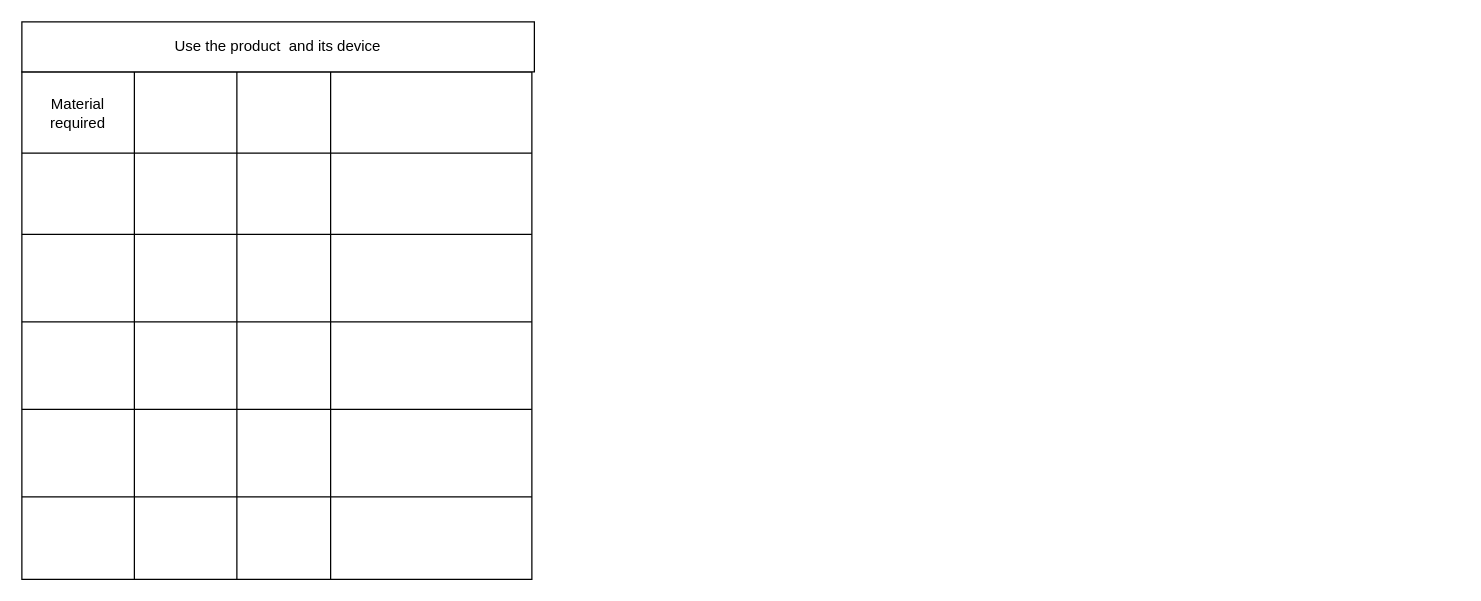
The draw.io diagram Use the product and dvice.drawio in amerezoji1362/drawio-github, before the edit. Source tidied: cells renumbered, new cells numbered last; positions are measured from the earlier drawing's top-left corner, leaving out a move shared by most shapes. Both pictures are drawn from the tidied source at 125%, with x=0, y=0 at pixel (21, 21).
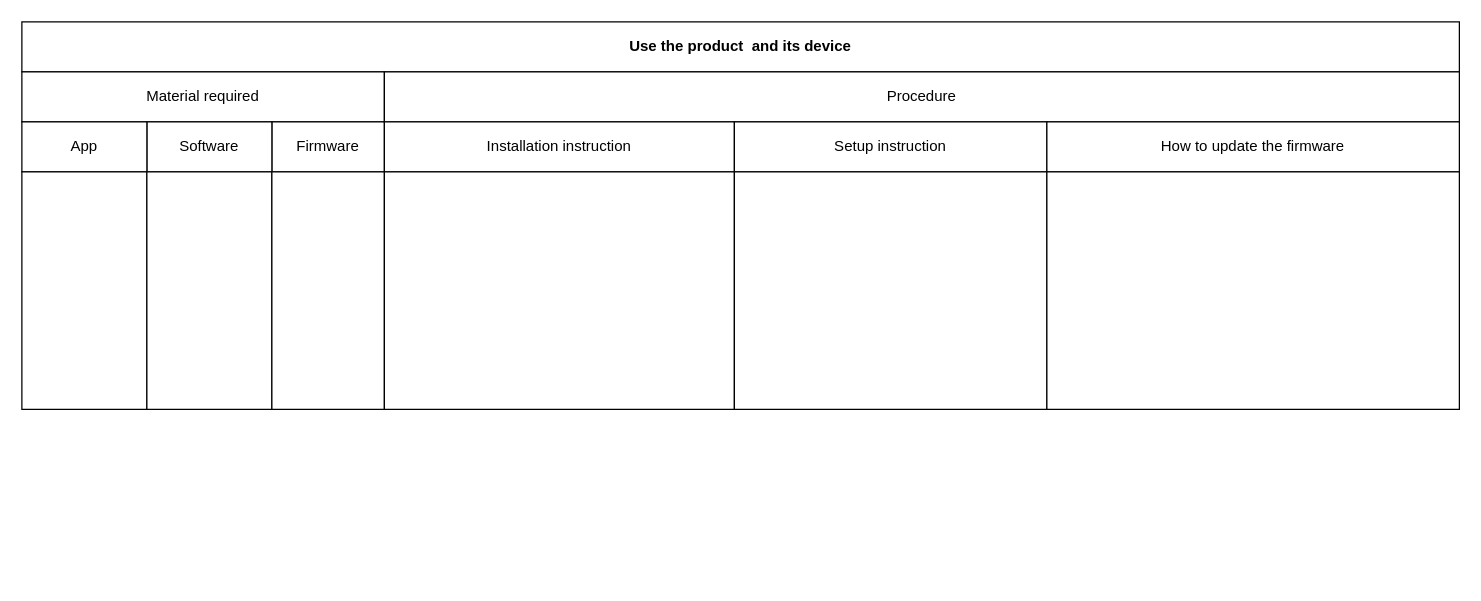
The same page after the edit.

The edit, as a diff of the source:
```diff
@@
-    <mxCell id="2" style="shape=table;startSize=0;childLayout=tableLayout;" parent="1" vertex="1">
-      <mxGeometry y="40" width="408" height="406" as="geometry" />
-    </mxCell>
-    <mxCell id="3" style="shape=partialRectangle;fillColor=none;top=0;left=0;bottom=0;right=0;" parent="2" vertex="1">
-      <mxGeometry width="408" height="65" as="geometry" />
-    </mxCell>
-    <mxCell id="4" value="Material required" style="shape=partialRectangle;html=1;whiteSpace=wrap;overflow=hidden;fillColor=none;top=0;left=0;bottom=0;right=0;" parent="3" vertex="1">
-      <mxGeometry width="90" height="65" as="geometry" />
-    </mxCell>
-    <mxCell id="5" style="shape=partialRectangle;html=1;whiteSpace=wrap;overflow=hidden;fillColor=none;top=0;left=0;bottom=0;right=0;" parent="3" vertex="1">
-      <mxGeometry x="90" width="82" height="65" as="geometry" />
-    </mxCell>
-    <mxCell id="6" style="shape=partialRectangle;html=1;whiteSpace=wrap;overflow=hidden;fillColor=none;top=0;left=0;bottom=0;right=0;" parent="3" vertex="1">
-      <mxGeometry x="172" width="75" height="65" as="geometry" />
-    </mxCell>
-    <mxCell id="7" style="shape=partialRectangle;html=1;whiteSpace=wrap;overflow=hidden;fillColor=none;top=0;left=0;bottom=0;right=0;" parent="3" vertex="1">
-      <mxGeometry x="247" width="161" height="65" as="geometry" />
-    </mxCell>
-    <mxCell id="8" style="shape=partialRectangle;fillColor=none;top=0;left=0;bottom=0;right=0;" parent="2" vertex="1">
-      <mxGeometry y="65" width="408" height="65" as="geometry" />
-    </mxCell>
-    <mxCell id="9" style="shape=partialRectangle;html=1;whiteSpace=wrap;overflow=hidden;fillColor=none;top=0;left=0;bottom=0;right=0;" parent="8" vertex="1">
-      <mxGeometry width="90" height="65" as="geometry" />
-    </mxCell>
-    <mxCell id="10" style="shape=partialRectangle;html=1;whiteSpace=wrap;overflow=hidden;fillColor=none;top=0;left=0;bottom=0;right=0;" parent="8" vertex="1">
-      <mxGeometry x="90" width="82" height="65" as="geometry" />
-    </mxCell>
-    <mxCell id="11" style="shape=partialRectangle;html=1;whiteSpace=wrap;overflow=hidden;fillColor=none;top=0;left=0;bottom=0;right=0;" parent="8" vertex="1">
-      <mxGeometry x="172" width="75" height="65" as="geometry" />
-    </mxCell>
-    <mxCell id="12" style="shape=partialRectangle;html=1;whiteSpace=wrap;overflow=hidden;fillColor=none;top=0;left=0;bottom=0;right=0;" parent="8" vertex="1">
-      <mxGeometry x="247" width="161" height="65" as="geometry" />
-    </mxCell>
-    <mxCell id="13" style="shape=partialRectangle;fillColor=none;top=0;left=0;bottom=0;right=0;" parent="2" vertex="1">
-      <mxGeometry y="130" width="408" height="70" as="geometry" />
-    </mxCell>
-    <mxCell id="14" style="shape=partialRectangle;html=1;whiteSpace=wrap;overflow=hidden;fillColor=none;top=0;left=0;bottom=0;right=0;" parent="13" vertex="1">
-      <mxGeometry width="90" height="70" as="geometry" />
-    </mxCell>
-    <mxCell id="15" style="shape=partialRectangle;html=1;whiteSpace=wrap;overflow=hidden;fillColor=none;top=0;left=0;bottom=0;right=0;" parent="13" vertex="1">
-      <mxGeometry x="90" width="82" height="70" as="geometry" />
-    </mxCell>
-    <mxCell id="16" style="shape=partialRectangle;html=1;whiteSpace=wrap;overflow=hidden;fillColor=none;top=0;left=0;bottom=0;right=0;" parent="13" vertex="1">
-      <mxGeometry x="172" width="75" height="70" as="geometry" />
-    </mxCell>
-    <mxCell id="17" style="shape=partialRectangle;html=1;whiteSpace=wrap;overflow=hidden;fillColor=none;top=0;left=0;bottom=0;right=0;" parent="13" vertex="1">
-      <mxGeometry x="247" width="161" height="70" as="geometry" />
-    </mxCell>
-    <mxCell id="18" style="shape=partialRectangle;fillColor=none;top=0;left=0;bottom=0;right=0;" parent="2" vertex="1">
-      <mxGeometry y="200" width="408" height="70" as="geometry" />
-    </mxCell>
-    <mxCell id="19" style="shape=partialRectangle;html=1;whiteSpace=wrap;overflow=hidden;fillColor=none;top=0;left=0;bottom=0;right=0;" parent="18" vertex="1">
-      <mxGeometry width="90" height="70" as="geometry" />
-    </mxCell>
-    <mxCell id="20" style="shape=partialRectangle;html=1;whiteSpace=wrap;overflow=hidden;fillColor=none;top=0;left=0;bottom=0;right=0;" parent="18" vertex="1">
-      <mxGeometry x="90" width="82" height="70" as="geometry" />
-    </mxCell>
-    <mxCell id="21" style="shape=partialRectangle;html=1;whiteSpace=wrap;overflow=hidden;fillColor=none;top=0;left=0;bottom=0;right=0;" parent="18" vertex="1">
-      <mxGeometry x="172" width="75" height="70" as="geometry" />
-    </mxCell>
-    <mxCell id="22" style="shape=partialRectangle;html=1;whiteSpace=wrap;overflow=hidden;fillColor=none;top=0;left=0;bottom=0;right=0;" parent="18" vertex="1">
-      <mxGeometry x="247" width="161" height="70" as="geometry" />
-    </mxCell>
-    <mxCell id="23" style="shape=partialRectangle;fillColor=none;top=0;left=0;bottom=0;right=0;" parent="2" vertex="1">
-      <mxGeometry y="270" width="408" height="70" as="geometry" />
-    </mxCell>
-    <mxCell id="24" style="shape=partialRectangle;html=1;whiteSpace=wrap;overflow=hidden;fillColor=none;top=0;left=0;bottom=0;right=0;" parent="23" vertex="1">
-      <mxGeometry width="90" height="70" as="geometry" />
-    </mxCell>
-    <mxCell id="25" style="shape=partialRectangle;html=1;whiteSpace=wrap;overflow=hidden;fillColor=none;top=0;left=0;bottom=0;right=0;" parent="23" vertex="1">
-      <mxGeometry x="90" width="82" height="70" as="geometry" />
-    </mxCell>
-    <mxCell id="26" style="shape=partialRectangle;html=1;whiteSpace=wrap;overflow=hidden;fillColor=none;top=0;left=0;bottom=0;right=0;" parent="23" vertex="1">
-      <mxGeometry x="172" width="75" height="70" as="geometry" />
-    </mxCell>
-    <mxCell id="27" style="shape=partialRectangle;html=1;whiteSpace=wrap;overflow=hidden;fillColor=none;top=0;left=0;bottom=0;right=0;" parent="23" vertex="1">
-      <mxGeometry x="247" width="161" height="70" as="geometry" />
-    </mxCell>
-    <mxCell id="28" style="shape=partialRectangle;fillColor=none;top=0;left=0;bottom=0;right=0;" parent="2" vertex="1">
-      <mxGeometry y="340" width="408" height="66" as="geometry" />
-    </mxCell>
-    <mxCell id="29" style="shape=partialRectangle;html=1;whiteSpace=wrap;overflow=hidden;fillColor=none;top=0;left=0;bottom=0;right=0;" parent="28" vertex="1">
-      <mxGeometry width="90" height="66" as="geometry" />
-    </mxCell>
-    <mxCell id="30" style="shape=partialRectangle;html=1;whiteSpace=wrap;overflow=hidden;fillColor=none;top=0;left=0;bottom=0;right=0;" parent="28" vertex="1">
-      <mxGeometry x="90" width="82" height="66" as="geometry" />
-    </mxCell>
-    <mxCell id="31" style="shape=partialRectangle;html=1;whiteSpace=wrap;overflow=hidden;fillColor=none;top=0;left=0;bottom=0;right=0;" parent="28" vertex="1">
-      <mxGeometry x="172" width="75" height="66" as="geometry" />
-    </mxCell>
-    <mxCell id="32" style="shape=partialRectangle;html=1;whiteSpace=wrap;overflow=hidden;fillColor=none;top=0;left=0;bottom=0;right=0;" parent="28" vertex="1">
-      <mxGeometry x="247" width="161" height="66" as="geometry" />
-    </mxCell>
     <mxCell id="33" style="shape=table;startSize=0;childLayout=tableLayout;" parent="1" vertex="1">
-      <mxGeometry width="410" height="40" as="geometry" />
+      <mxGeometry width="1150" height="40" as="geometry" />
     </mxCell>
     <mxCell id="34" style="shape=partialRectangle;fillColor=none;top=0;left=0;bottom=0;right=0;" parent="33" vertex="1">
-      <mxGeometry width="410" height="40" as="geometry" />
+      <mxGeometry width="1150" height="40" as="geometry" />
     </mxCell>
-    <mxCell id="35" value="Use the product&amp;nbsp; and its device" style="shape=partialRectangle;html=1;whiteSpace=wrap;overflow=hidden;fillColor=none;top=0;left=0;bottom=0;right=0;" parent="34" vertex="1">
-      <mxGeometry width="410" height="40" as="geometry" />
+    <mxCell id="35" value="&lt;b&gt;Use the product&amp;nbsp; and its device&lt;/b&gt;" style="shape=partialRectangle;html=1;whiteSpace=wrap;overflow=hidden;fillColor=none;top=0;left=0;bottom=0;right=0;" parent="34" vertex="1">
+      <mxGeometry width="1150" height="40" as="geometry" />
     </mxCell>
+    <mxCell id="36" style="shape=table;startSize=0;childLayout=tableLayout;" parent="1" vertex="1">
+      <mxGeometry y="40" width="290" height="40" as="geometry" />
+    </mxCell>
+    <mxCell id="37" style="shape=partialRectangle;fillColor=none;top=0;left=0;bottom=0;right=0;" parent="36" vertex="1">
+      <mxGeometry width="290" height="40" as="geometry" />
+    </mxCell>
+    <mxCell id="4" value="Material required" style="shape=partialRectangle;html=1;whiteSpace=wrap;overflow=hidden;fillColor=none;top=0;left=0;bottom=0;right=0;" parent="37" vertex="1">
+      <mxGeometry width="290" height="40" as="geometry" />
+    </mxCell>
+    <mxCell id="38" style="shape=table;startSize=0;childLayout=tableLayout;" parent="1" vertex="1">
+      <mxGeometry x="200" y="80" width="90" height="40" as="geometry" />
+    </mxCell>
+    <mxCell id="39" style="shape=partialRectangle;fillColor=none;top=0;left=0;bottom=0;right=0;" parent="38" vertex="1">
+      <mxGeometry width="90" height="40" as="geometry" />
+    </mxCell>
+    <mxCell id="40" value="Firmware" style="shape=partialRectangle;html=1;whiteSpace=wrap;overflow=hidden;fillColor=none;top=0;left=0;bottom=0;right=0;" parent="39" vertex="1">
+      <mxGeometry width="90" height="40" as="geometry" />
+    </mxCell>
+    <mxCell id="41" style="shape=table;startSize=0;childLayout=tableLayout;" parent="1" vertex="1">
+      <mxGeometry x="100" y="80" width="100" height="40" as="geometry" />
+    </mxCell>
+    <mxCell id="42" style="shape=partialRectangle;fillColor=none;top=0;left=0;bottom=0;right=0;" parent="41" vertex="1">
+      <mxGeometry width="100" height="40" as="geometry" />
+    </mxCell>
+    <mxCell id="43" value="Software" style="shape=partialRectangle;html=1;whiteSpace=wrap;overflow=hidden;fillColor=none;top=0;left=0;bottom=0;right=0;" parent="42" vertex="1">
+      <mxGeometry width="100" height="40" as="geometry" />
+    </mxCell>
+    <mxCell id="44" style="shape=table;startSize=0;childLayout=tableLayout;" parent="1" vertex="1">
+      <mxGeometry y="80" width="100" height="40" as="geometry" />
+    </mxCell>
+    <mxCell id="45" style="shape=partialRectangle;fillColor=none;top=0;left=0;bottom=0;right=0;" parent="44" vertex="1">
+      <mxGeometry width="100" height="40" as="geometry" />
+    </mxCell>
+    <mxCell id="46" value="App" style="shape=partialRectangle;html=1;whiteSpace=wrap;overflow=hidden;fillColor=none;top=0;left=0;bottom=0;right=0;" parent="45" vertex="1">
+      <mxGeometry width="100" height="40" as="geometry" />
+    </mxCell>
+    <mxCell id="47" style="shape=table;startSize=0;childLayout=tableLayout;" parent="1" vertex="1">
+      <mxGeometry x="290" y="40" width="860" height="40" as="geometry" />
+    </mxCell>
+    <mxCell id="48" style="shape=partialRectangle;fillColor=none;top=0;left=0;bottom=0;right=0;" parent="47" vertex="1">
+      <mxGeometry width="860" height="40" as="geometry" />
+    </mxCell>
+    <mxCell id="49" value="Procedure" style="shape=partialRectangle;html=1;whiteSpace=wrap;overflow=hidden;fillColor=none;top=0;left=0;bottom=0;right=0;" parent="48" vertex="1">
+      <mxGeometry width="860" height="40" as="geometry" />
+    </mxCell>
+    <mxCell id="50" style="shape=table;startSize=0;childLayout=tableLayout;" parent="1" vertex="1">
+      <mxGeometry x="290" y="80" width="280" height="40" as="geometry" />
+    </mxCell>
+    <mxCell id="51" style="shape=partialRectangle;fillColor=none;top=0;left=0;bottom=0;right=0;" parent="50" vertex="1">
+      <mxGeometry width="280" height="40" as="geometry" />
+    </mxCell>
+    <mxCell id="52" value="Installation instruction" style="shape=partialRectangle;html=1;whiteSpace=wrap;overflow=hidden;fillColor=none;top=0;left=0;bottom=0;right=0;" parent="51" vertex="1">
+      <mxGeometry width="280" height="40" as="geometry" />
+    </mxCell>
+    <mxCell id="53" style="shape=table;startSize=0;childLayout=tableLayout;" parent="1" vertex="1">
+      <mxGeometry x="570" y="80" width="250" height="40" as="geometry" />
+    </mxCell>
+    <mxCell id="54" style="shape=partialRectangle;fillColor=none;top=0;left=0;bottom=0;right=0;" parent="53" vertex="1">
+      <mxGeometry width="250" height="40" as="geometry" />
+    </mxCell>
+    <mxCell id="55" value="Setup instruction" style="shape=partialRectangle;html=1;whiteSpace=wrap;overflow=hidden;fillColor=none;top=0;left=0;bottom=0;right=0;" parent="54" vertex="1">
+      <mxGeometry width="250" height="40" as="geometry" />
+    </mxCell>
+    <mxCell id="56" style="shape=table;startSize=0;childLayout=tableLayout;" parent="1" vertex="1">
+      <mxGeometry x="820" y="80" width="330" height="40" as="geometry" />
+    </mxCell>
+    <mxCell id="57" style="shape=partialRectangle;fillColor=none;top=0;left=0;bottom=0;right=0;" parent="56" vertex="1">
+      <mxGeometry width="330" height="40" as="geometry" />
+    </mxCell>
+    <mxCell id="58" value="How to update the firmware" style="shape=partialRectangle;html=1;whiteSpace=wrap;overflow=hidden;fillColor=none;top=0;left=0;bottom=0;right=0;" parent="57" vertex="1">
+      <mxGeometry width="330" height="40" as="geometry" />
+    </mxCell>
+    <mxCell id="59" style="shape=table;startSize=0;childLayout=tableLayout;" parent="1" vertex="1">
+      <mxGeometry y="120" width="100" height="190" as="geometry" />
+    </mxCell>
+    <mxCell id="60" style="shape=partialRectangle;fillColor=none;top=0;left=0;bottom=0;right=0;" parent="59" vertex="1">
+      <mxGeometry width="100" height="190" as="geometry" />
+    </mxCell>
+    <mxCell id="61" style="shape=partialRectangle;html=1;whiteSpace=wrap;overflow=hidden;fillColor=none;top=0;left=0;bottom=0;right=0;" parent="60" vertex="1">
+      <mxGeometry width="100" height="190" as="geometry" />
+    </mxCell>
+    <mxCell id="62" style="shape=table;startSize=0;childLayout=tableLayout;" parent="1" vertex="1">
+      <mxGeometry x="100" y="120" width="100" height="190" as="geometry" />
+    </mxCell>
+    <mxCell id="63" style="shape=partialRectangle;fillColor=none;top=0;left=0;bottom=0;right=0;" parent="62" vertex="1">
+      <mxGeometry width="100" height="190" as="geometry" />
+    </mxCell>
+    <mxCell id="64" style="shape=partialRectangle;html=1;whiteSpace=wrap;overflow=hidden;fillColor=none;top=0;left=0;bottom=0;right=0;" parent="63" vertex="1">
+      <mxGeometry width="100" height="190" as="geometry" />
+    </mxCell>
+    <mxCell id="65" style="shape=table;startSize=0;childLayout=tableLayout;" parent="1" vertex="1">
+      <mxGeometry x="200" y="120" width="90" height="190" as="geometry" />
+    </mxCell>
+    <mxCell id="66" style="shape=partialRectangle;fillColor=none;top=0;left=0;bottom=0;right=0;" parent="65" vertex="1">
+      <mxGeometry width="90" height="190" as="geometry" />
+    </mxCell>
+    <mxCell id="67" style="shape=partialRectangle;html=1;whiteSpace=wrap;overflow=hidden;fillColor=none;top=0;left=0;bottom=0;right=0;" parent="66" vertex="1">
+      <mxGeometry width="90" height="190" as="geometry" />
+    </mxCell>
+    <mxCell id="68" style="shape=table;startSize=0;childLayout=tableLayout;" parent="1" vertex="1">
+      <mxGeometry x="290" y="120" width="280" height="190" as="geometry" />
+    </mxCell>
+    <mxCell id="69" style="shape=partialRectangle;fillColor=none;top=0;left=0;bottom=0;right=0;" parent="68" vertex="1">
+      <mxGeometry width="280" height="190" as="geometry" />
+    </mxCell>
+    <mxCell id="70" style="shape=partialRectangle;html=1;whiteSpace=wrap;overflow=hidden;fillColor=none;top=0;left=0;bottom=0;right=0;" parent="69" vertex="1">
+      <mxGeometry width="280" height="190" as="geometry" />
+    </mxCell>
+    <mxCell id="71" style="shape=table;startSize=0;childLayout=tableLayout;" parent="1" vertex="1">
+      <mxGeometry x="570" y="120" width="250" height="190" as="geometry" />
+    </mxCell>
+    <mxCell id="72" style="shape=partialRectangle;fillColor=none;top=0;left=0;bottom=0;right=0;" parent="71" vertex="1">
+      <mxGeometry width="250" height="190" as="geometry" />
+    </mxCell>
+    <mxCell id="73" style="shape=partialRectangle;html=1;whiteSpace=wrap;overflow=hidden;fillColor=none;top=0;left=0;bottom=0;right=0;" parent="72" vertex="1">
+      <mxGeometry width="250" height="190" as="geometry" />
+    </mxCell>
+    <mxCell id="74" style="shape=table;startSize=0;childLayout=tableLayout;" parent="1" vertex="1">
+      <mxGeometry x="820" y="120" width="330" height="190" as="geometry" />
+    </mxCell>
+    <mxCell id="75" style="shape=partialRectangle;fillColor=none;top=0;left=0;bottom=0;right=0;" parent="74" vertex="1">
+      <mxGeometry width="330" height="190" as="geometry" />
+    </mxCell>
+    <mxCell id="76" style="shape=partialRectangle;html=1;whiteSpace=wrap;overflow=hidden;fillColor=none;top=0;left=0;bottom=0;right=0;" parent="75" vertex="1">
+      <mxGeometry width="330" height="190" as="geometry" />
+    </mxCell>
```
